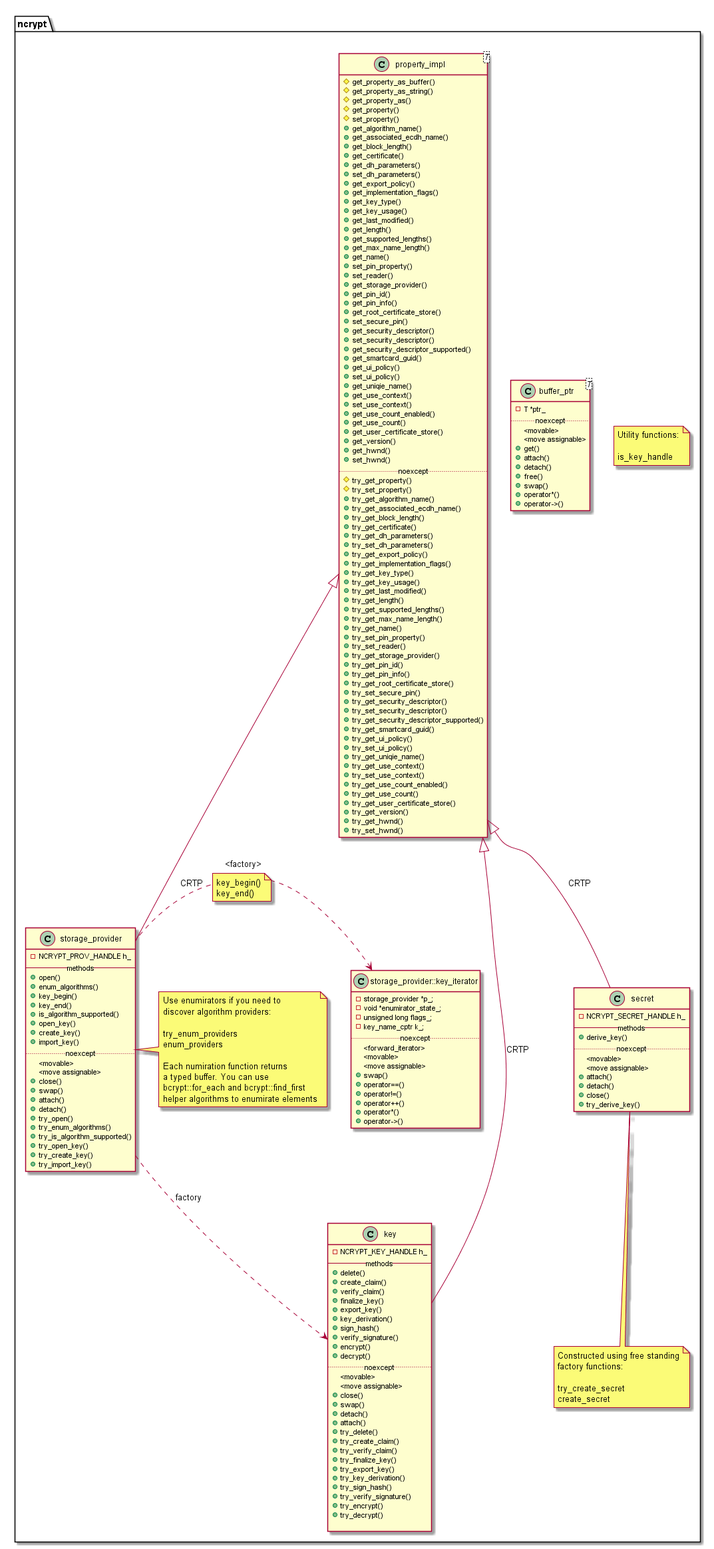
Before: doc/ncrypt_d.png, a diagram exported from PlantUML (vladp72/hcrypt). Its diagram source:
```plantuml
@startuml

hide empty members



hide empty members

namespace ncrypt {

    note as Note2
        Utility functions:

        is_key_handle
    end note

    class buffer_ptr <T>{
        -T *ptr_
        ..noexcept..
        <movable>
        <move assignable>
        +get()
        +attach()
        +detach()
        +free()
        +swap()
        +operator*()
        +operator->()
    }

    class storage_provider {
        -NCRYPT_PROV_HANDLE h_
        --methods--
        +open()
        +enum_algorithms()
        +key_begin()
        +key_end()
        +is_algorithm_supported()
        +open_key()
        +create_key()
        +import_key()
        ..noexcept..
        <movable>
        <move assignable>
        +close()
        +swap()
        +attach()
        +detach()
        +try_open()
        +try_enum_algorithms()
        +try_is_algorithm_supported()
        +try_open_key()
        +try_create_key()
        +try_import_key()
    }

    note as Note6
        Use enumirators if you need to
        discover algorithm providers:

        try_enum_providers
        enum_providers

        Each numiration function returns
        a typed buffer. You can use
        bcrypt::for_each and bcrypt::find_first
        helper algorithms to enumirate elements
    end note
    Note6 .left. storage_provider

    class storage_provider::key_iterator {
        -storage_provider *p_;
        -void *enumirator_state_;
        -unsigned long flags_;
        -key_name_cptr k_;
        ..noexcept..
        <forward_iterator>
        <movable>
        <move assignable>
        +swap()
        +operator==()
        +operator!=()
        +operator++()
        +operator*()
        +operator->()
    }

    storage_provider::key_iterator <.left. storage_provider : <factory>
    note on link: key_begin()\nkey_end()

    class key {
        -NCRYPT_KEY_HANDLE h_
        --methods--
        +delete()
        +create_claim()
        +verify_claim()
        +finalize_key()
        +export_key()
        +key_derivation()
        +sign_hash()
        +verify_signature()
        +encrypt()
        +decrypt()
        ..noexcept..
        <movable>
        <move assignable>
        +close()
        +swap()
        +detach()
        +attach()
        +try_delete()
        +try_create_claim()
        +try_verify_claim()
        +try_finalize_key()
        +try_export_key()
        +try_key_derivation()
        +try_sign_hash()
        +try_verify_signature()
        +try_encrypt()
        +try_decrypt()

    }

    class secret {
        -NCRYPT_SECRET_HANDLE h_
        --methods--
        +derive_key()
        ..noexcept..
        <movable>
        <move assignable>
        +attach()
        +detach()
        +close()
        +try_derive_key()
    }

    note as Note5
        Constructed using free standing
        factory functions:

        try_create_secret
        create_secret
    end note
    Note5 .up. secret

    class property_impl <T> {
        #get_property_as_buffer()
        #get_property_as_string()
        #get_property_as()
        #get_property()
        #set_property()
        +get_algorithm_name()
        +get_associated_ecdh_name()
        +get_block_length()
        +get_certificate()
        +get_dh_parameters()
        +set_dh_parameters()
        +get_export_policy()
        +get_implementation_flags()
        +get_key_type()
        +get_key_usage()
        +get_last_modified()
        +get_length()
        +get_supported_lengths()
        +get_max_name_length()
        +get_name()
        +set_pin_property()
        +set_reader()
        +get_storage_provider()
        +get_pin_id()
        +get_pin_info()
        +get_root_certificate_store()
        +set_secure_pin()
        +get_security_descriptor()
        +set_security_descriptor()
        +get_security_descriptor_supported()
        +get_smartcard_guid()
        +get_ui_policy()
        +set_ui_policy()
        +get_uniqie_name()
        +get_use_context()
        +set_use_context()
        +get_use_count_enabled()
        +get_use_count()
        +get_user_certificate_store()
        +get_version()
        +get_hwnd()
        +set_hwnd()
        ..noexcept..
        #try_get_property()
        #try_set_property()
        +try_get_algorithm_name()
        +try_get_associated_ecdh_name()
        +try_get_block_length()
        +try_get_certificate()
        +try_get_dh_parameters()
        +try_set_dh_parameters()
        +try_get_export_policy()
        +try_get_implementation_flags()
        +try_get_key_type()
        +try_get_key_usage()
        +try_get_last_modified()
        +try_get_length()
        +try_get_supported_lengths()
        +try_get_max_name_length()
        +try_get_name()
        +try_set_pin_property()
        +try_set_reader()
        +try_get_storage_provider()
        +try_get_pin_id()
        +try_get_pin_info()
        +try_get_root_certificate_store()
        +try_set_secure_pin()
        +try_get_security_descriptor()
        +try_set_security_descriptor()
        +try_get_security_descriptor_supported()
        +try_get_smartcard_guid()
        +try_get_ui_policy()
        +try_set_ui_policy()
        +try_get_uniqie_name()
        +try_get_use_context()
        +try_set_use_context()
        +try_get_use_count_enabled()
        +try_get_use_count()
        +try_get_user_certificate_store()
        +try_get_version()
        +try_get_hwnd()
        +try_set_hwnd()
    }

    storage_provider ..> key : factory

    property_impl <|-- storage_provider : CRTP
    property_impl <|-- key : CRTP
    property_impl <|-- secret : CRTP
}


@enduml
```
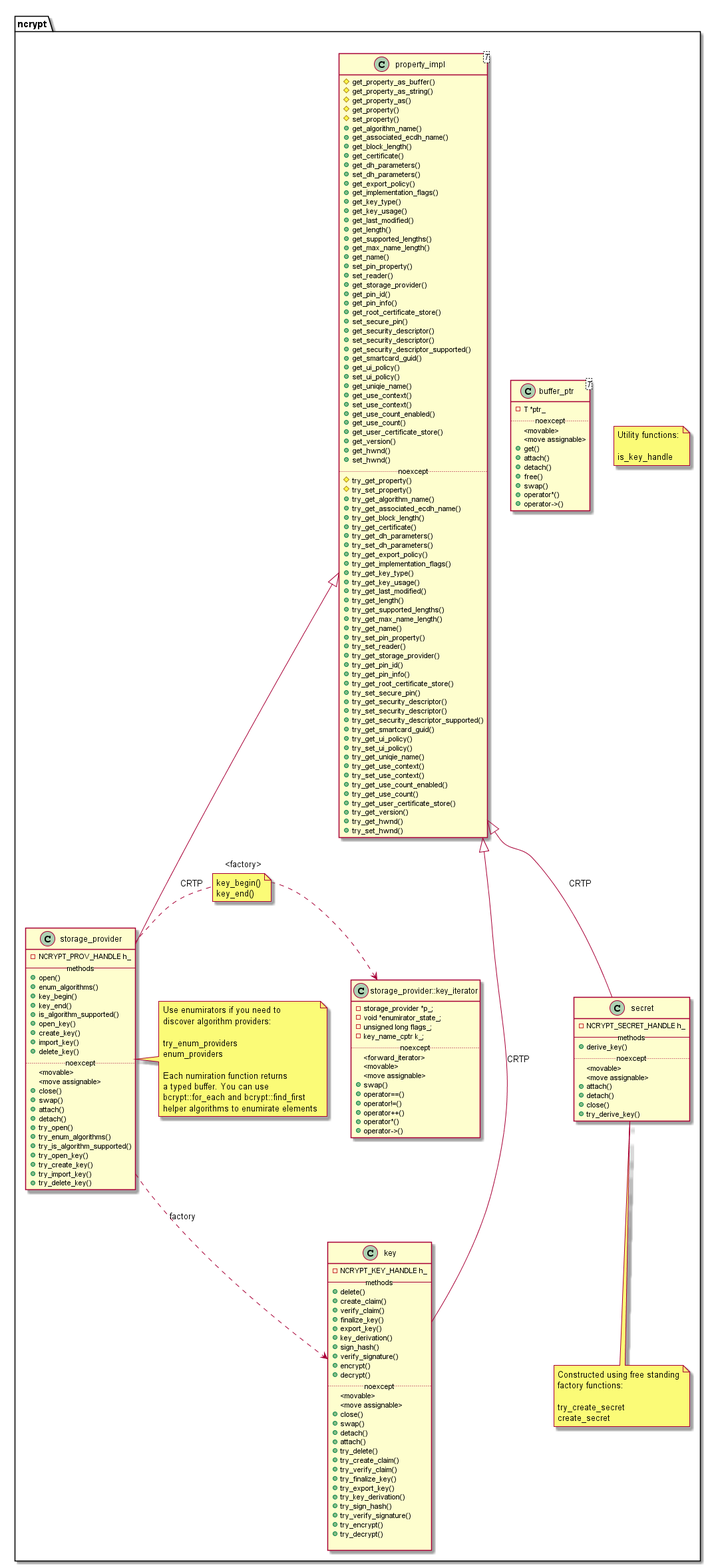
After the commit.

Change to the diagram source:
```diff
@@ -39,6 +39,7 @@
         +open_key()
         +create_key()
         +import_key()
+        +delete_key()
         ..noexcept..
         <movable>
         <move assignable>
@@ -52,6 +53,7 @@
         +try_open_key()
         +try_create_key()
         +try_import_key()
+        +try_delete_key()
     }
 
     note as Note6
```
